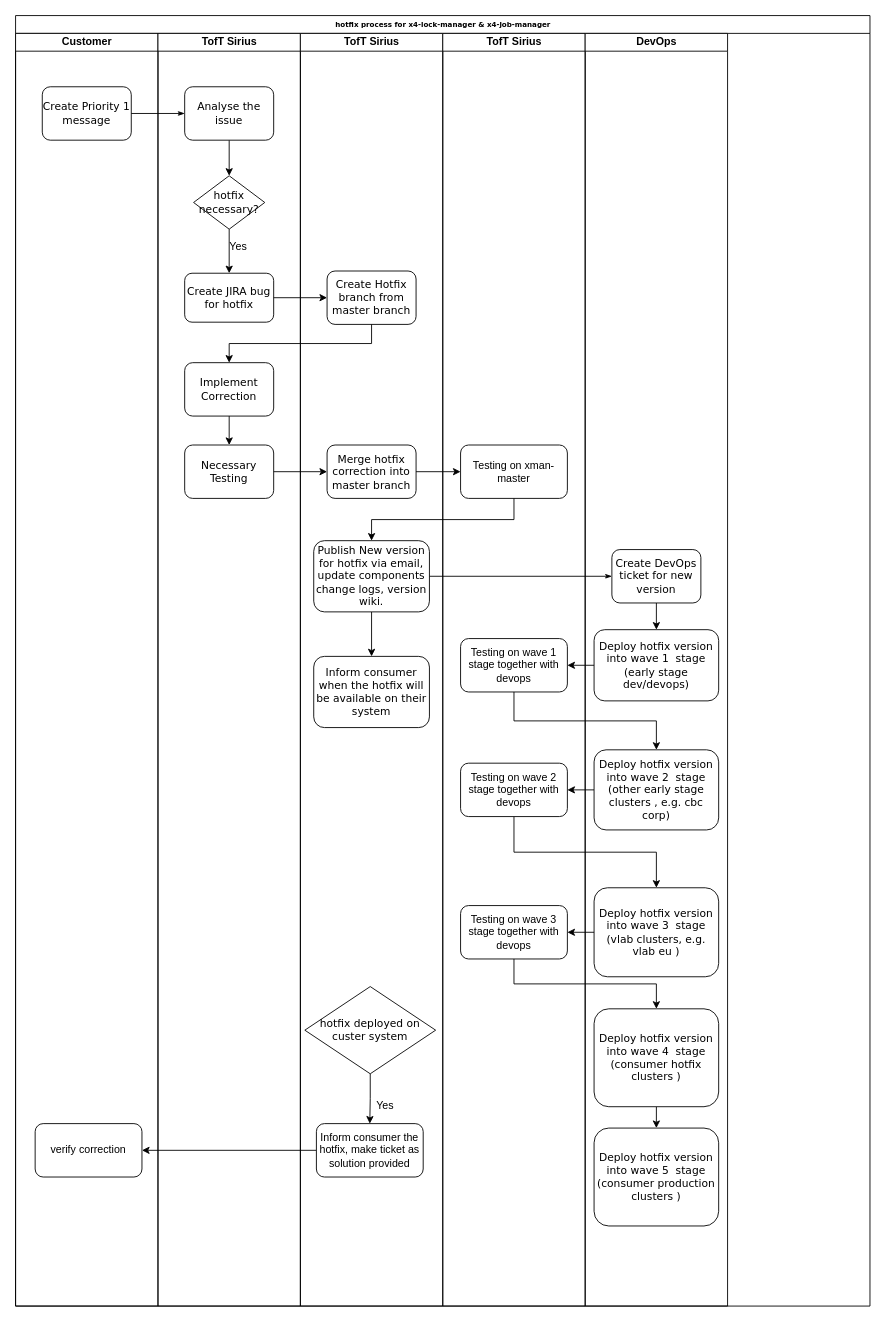
Earlier version of the draw.io diagram jobManager-lockManager.drawio (TrevorNodeJS/HelloWorld). Source tidied: cells renumbered, new cells numbered last; positions are measured from the earlier drawing's top-left corner, leaving out a move shared by most shapes. Both pictures are drawn from the tidied source at 89%, with x=0, y=0 at pixel (15, 15).
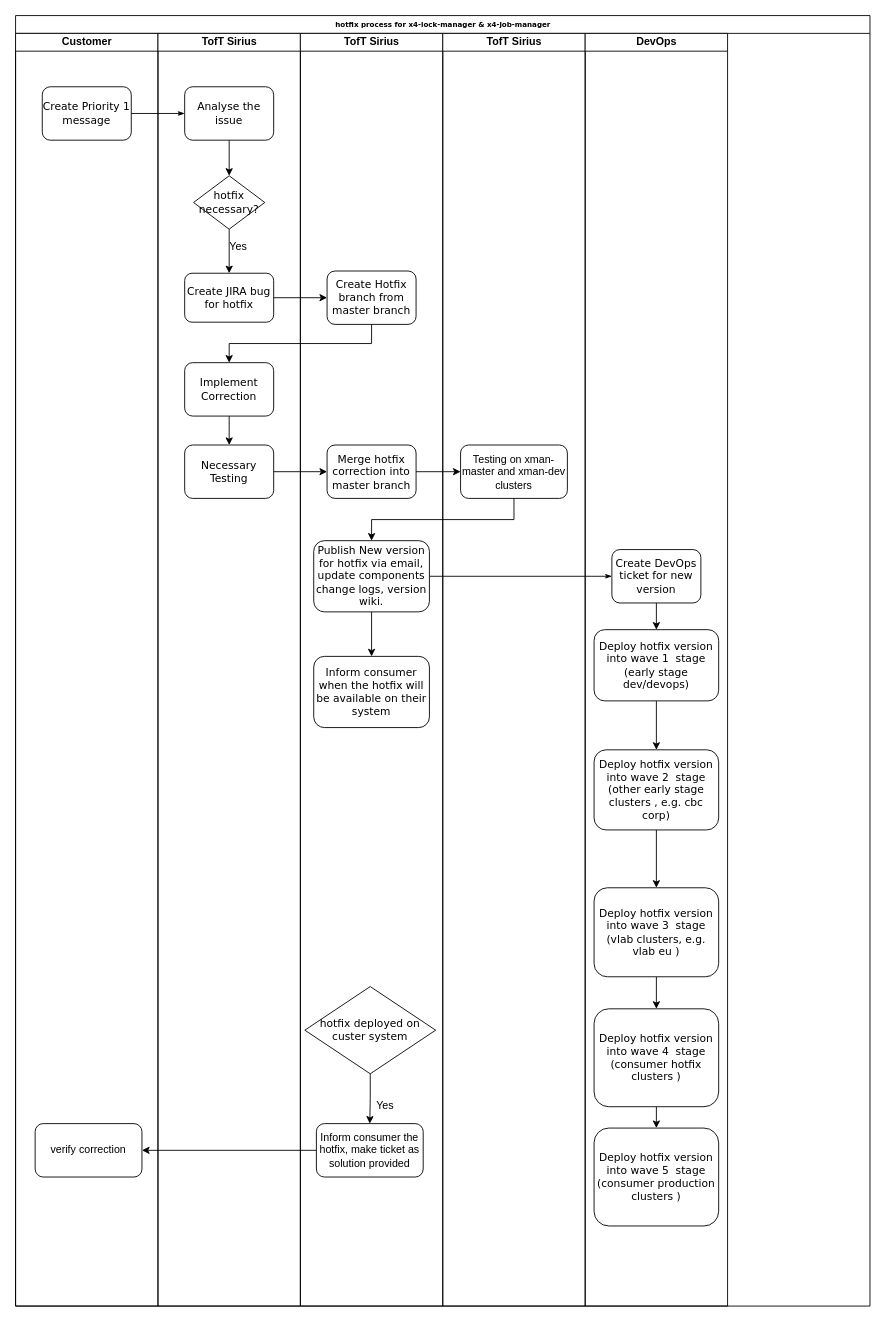
The same page after the edit.

The change refers to these unchanged cells:
```xml
<mxCell id="2" value="hotfix process for x4-lock-manager &amp;amp; x4-job-manager" style="swimlane;html=1;startSize=20;rounded=0;shadow=0;labelBackgroundColor=none;strokeWidth=1;fontFamily=Verdana;fontSize=8;align=center;" parent="1" vertex="1">
  <mxGeometry width="960" height="1450" as="geometry" />
</mxCell>
<mxCell id="30" value="TofT Sirius" style="swimlane;html=1;startSize=20;" parent="2" vertex="1">
  <mxGeometry x="480" y="20" width="160" height="1430" as="geometry" />
</mxCell>
<mxCell id="34" value="DevOps" style="swimlane;html=1;startSize=20;" parent="2" vertex="1">
  <mxGeometry x="640" y="20" width="160" height="1430" as="geometry" />
</mxCell>
<mxCell id="37" value="&lt;font style=&quot;font-size: 12px&quot;&gt;Deploy hotfix version into wave 1&amp;nbsp; stage&lt;br&gt;&lt;/font&gt;&lt;font style=&quot;font-size: 12px&quot;&gt;(early stage dev/devops)&lt;/font&gt;" style="rounded=1;whiteSpace=wrap;html=1;shadow=0;labelBackgroundColor=none;strokeWidth=1;fontFamily=Verdana;fontSize=8;align=center;" parent="34" vertex="1">
  <mxGeometry x="10" y="670" width="140" height="80" as="geometry" />
</mxCell>
<mxCell id="41" value="&lt;font style=&quot;font-size: 12px&quot;&gt;Deploy hotfix version into wave 2&amp;nbsp; stage&lt;br&gt;&lt;/font&gt;&lt;font style=&quot;font-size: 12px&quot;&gt;(other early stage clusters , e.g. cbc corp)&lt;/font&gt;" style="rounded=1;whiteSpace=wrap;html=1;shadow=0;labelBackgroundColor=none;strokeWidth=1;fontFamily=Verdana;fontSize=8;align=center;" parent="34" vertex="1">
  <mxGeometry x="10" y="805" width="140" height="90" as="geometry" />
</mxCell>
<mxCell id="42" value="&lt;font style=&quot;font-size: 12px&quot;&gt;Deploy hotfix version into wave 3&amp;nbsp; stage&lt;br&gt;&lt;/font&gt;&lt;font style=&quot;font-size: 12px&quot;&gt;(vlab clusters, e.g. vlab eu )&lt;/font&gt;" style="rounded=1;whiteSpace=wrap;html=1;shadow=0;labelBackgroundColor=none;strokeWidth=1;fontFamily=Verdana;fontSize=8;align=center;" parent="34" vertex="1">
  <mxGeometry x="10" y="960" width="140" height="100" as="geometry" />
</mxCell>
<mxCell id="44" value="&lt;font style=&quot;font-size: 12px&quot;&gt;Deploy hotfix version into wave 4&amp;nbsp; stage&lt;br&gt;&lt;/font&gt;&lt;font style=&quot;font-size: 12px&quot;&gt;(consumer hotfix clusters )&lt;/font&gt;" style="rounded=1;whiteSpace=wrap;html=1;shadow=0;labelBackgroundColor=none;strokeWidth=1;fontFamily=Verdana;fontSize=8;align=center;" parent="34" vertex="1">
  <mxGeometry x="10" y="1096" width="140" height="110" as="geometry" />
</mxCell>
```

Change to the diagram source:
```diff
@@
-    <mxCell id="31" value="Testing on xman-master" style="rounded=1;whiteSpace=wrap;html=1;" parent="30" vertex="1">
+    <mxCell id="31" value="Testing on xman-master and xman-dev clusters" style="rounded=1;whiteSpace=wrap;html=1;" parent="30" vertex="1">
       <mxGeometry x="20" y="462.5" width="120" height="60" as="geometry" />
     </mxCell>
-    <mxCell id="32" value="Testing on wave 1 stage together with devops" style="rounded=1;whiteSpace=wrap;html=1;" parent="30" vertex="1">
-      <mxGeometry x="20" y="680" width="120" height="60" as="geometry" />
-    </mxCell>
-    <mxCell id="33" value="Testing on wave 3 stage together with devops" style="rounded=1;whiteSpace=wrap;html=1;" parent="30" vertex="1">
-      <mxGeometry x="20" y="980" width="120" height="60" as="geometry" />
-    </mxCell>
@@
+    <mxCell id="54" style="edgeStyle=orthogonalEdgeStyle;rounded=0;jettySize=auto;html=1;exitX=0.5;exitY=1;exitDx=0;exitDy=0;entryX=0.5;entryY=0;entryDx=0;entryDy=0;" parent="34" edge="1" source="37" target="41">
+      <mxGeometry relative="1" as="geometry" />
+    </mxCell>
@@
-    <mxCell id="38" style="edgeStyle=orthogonalEdgeStyle;rounded=0;jettySize=auto;html=1;exitX=0.5;exitY=1;exitDx=0;exitDy=0;" parent="34" edge="1" source="39" target="42">
-      <mxGeometry relative="1" as="geometry" />
-    </mxCell>
-    <mxCell id="39" value="Testing on wave 2 stage together with devops" style="rounded=1;whiteSpace=wrap;html=1;" parent="34" vertex="1">
-      <mxGeometry x="-140" y="820" width="120" height="60" as="geometry" />
-    </mxCell>
-    <mxCell id="40" style="edgeStyle=orthogonalEdgeStyle;rounded=0;jettySize=auto;html=1;exitX=0;exitY=0.5;exitDx=0;exitDy=0;entryX=1;entryY=0.5;entryDx=0;entryDy=0;" parent="34" edge="1" source="41" target="39">
-      <mxGeometry relative="1" as="geometry" />
-    </mxCell>
+    <mxCell id="55" style="edgeStyle=orthogonalEdgeStyle;rounded=0;jettySize=auto;html=1;exitX=0.5;exitY=1;exitDx=0;exitDy=0;" parent="34" edge="1" source="41" target="42">
+      <mxGeometry relative="1" as="geometry" />
+    </mxCell>
@@
+    <mxCell id="56" style="edgeStyle=orthogonalEdgeStyle;rounded=0;jettySize=auto;html=1;exitX=0.5;exitY=1;exitDx=0;exitDy=0;entryX=0.5;entryY=0;entryDx=0;entryDy=0;" parent="34" edge="1" source="42" target="44">
+      <mxGeometry relative="1" as="geometry" />
+    </mxCell>
@@
-    <mxCell id="50" style="edgeStyle=orthogonalEdgeStyle;rounded=0;jettySize=auto;html=1;exitX=0;exitY=0.5;exitDx=0;exitDy=0;entryX=1;entryY=0.5;entryDx=0;entryDy=0;" parent="2" edge="1" source="37" target="32">
-      <mxGeometry relative="1" as="geometry" />
-    </mxCell>
-    <mxCell id="51" style="edgeStyle=orthogonalEdgeStyle;rounded=0;jettySize=auto;html=1;exitX=0.5;exitY=1;exitDx=0;exitDy=0;entryX=0.5;entryY=0;entryDx=0;entryDy=0;" parent="2" edge="1" source="32" target="41">
-      <mxGeometry relative="1" as="geometry" />
-    </mxCell>
-    <mxCell id="52" style="edgeStyle=orthogonalEdgeStyle;rounded=0;jettySize=auto;html=1;exitX=0;exitY=0.5;exitDx=0;exitDy=0;entryX=1;entryY=0.5;entryDx=0;entryDy=0;" parent="2" edge="1" source="42" target="33">
-      <mxGeometry relative="1" as="geometry" />
-    </mxCell>
-    <mxCell id="53" style="edgeStyle=orthogonalEdgeStyle;rounded=0;jettySize=auto;html=1;exitX=0.5;exitY=1;exitDx=0;exitDy=0;" parent="2" edge="1" source="33" target="44">
-      <mxGeometry relative="1" as="geometry" />
-    </mxCell>
```
